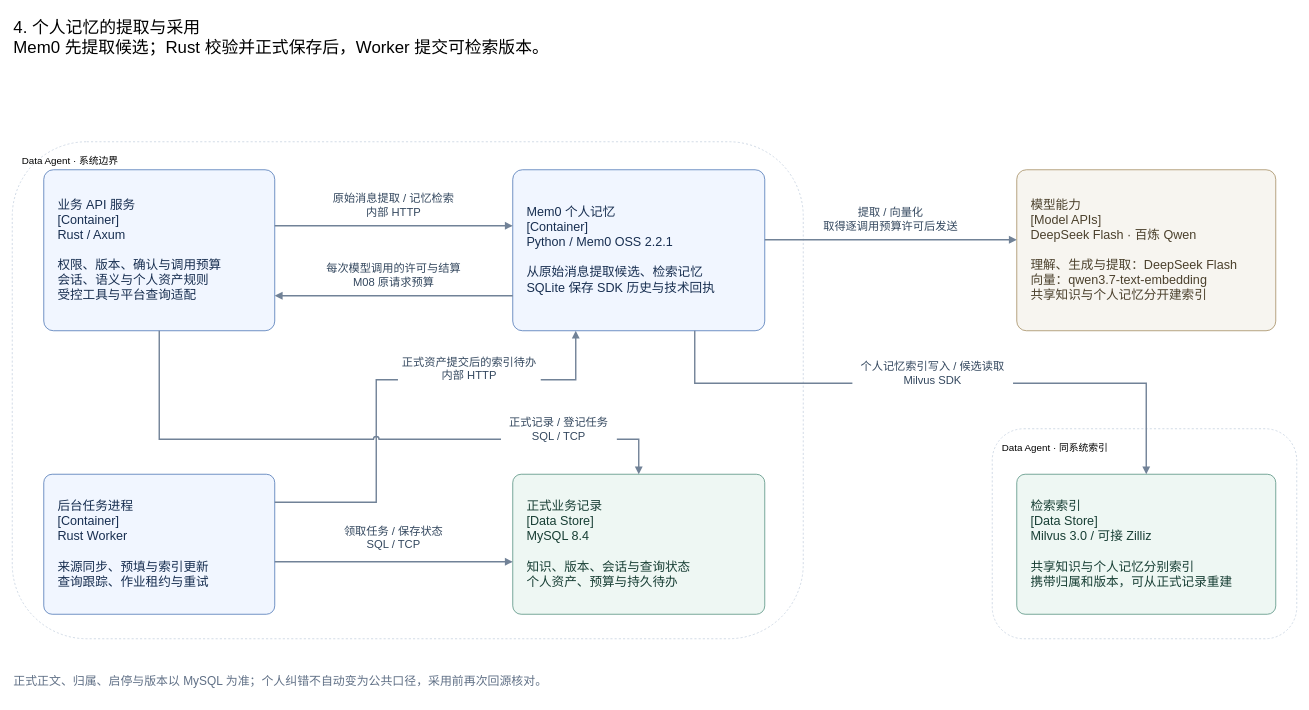
Earlier version of the draw.io diagram page "个人记忆的提取与采用" (4 of 4) of docs/architecture/data-agent-c4-container.drawio (yaoziyaoguai/data_agent). Source tidied: cells renumbered, new cells numbered last; positions are measured from the earlier drawing's top-left corner, leaving out a move shared by most shapes. Both pictures are drawn from the tidied source at 70%, with x=0, y=0 at pixel (12, 12).
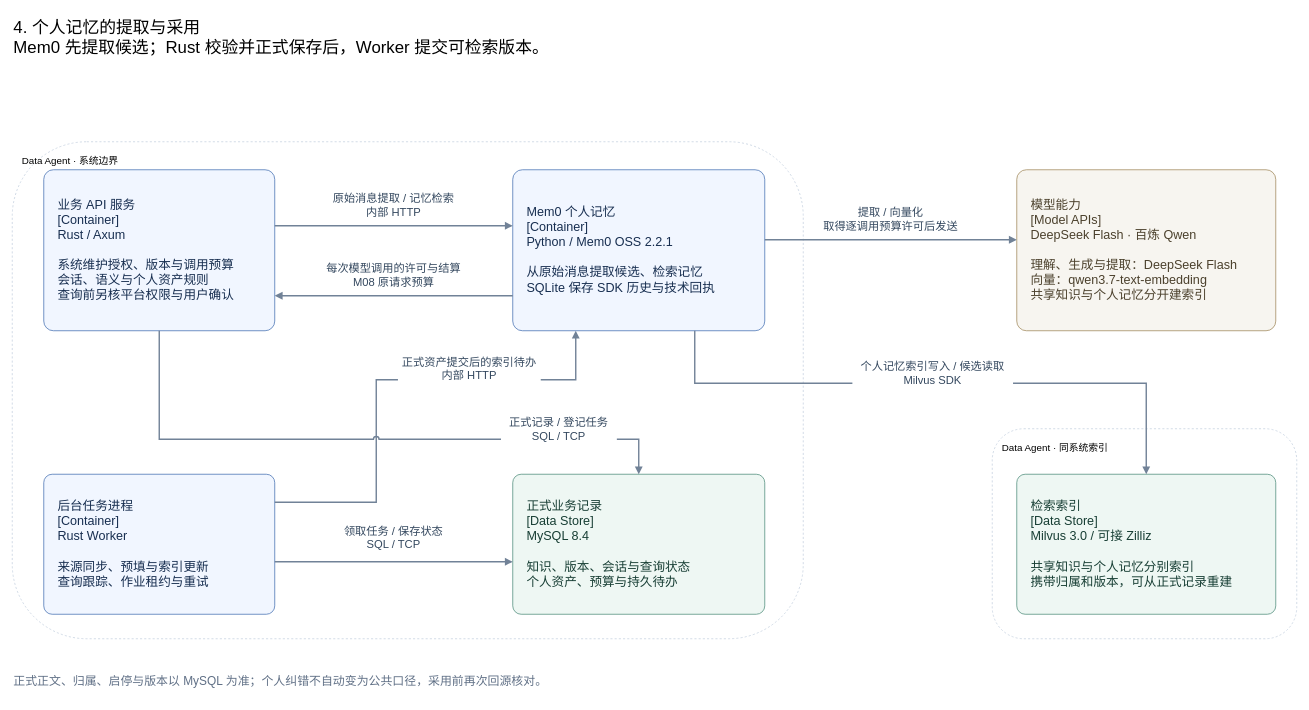
The same diagram, later.

Diff of the diagram source:
```diff
@@
-    <mxCell id="5" value="业务 API 服务&#10;[Container]&#10;Rust / Axum&#10;&#10;权限、版本、确认与调用预算&#10;会话、语义与个人资产规则&#10;受控工具与平台查询适配" style="rounded=1;arcSize=6;whiteSpace=wrap;html=0;fillColor=#f1f6ff;strokeColor=#3866ac;fontColor=#172e50;fontSize=18;fontFamily=PingFang SC;align=left;spacing=20;" parent="1" vertex="1">
+    <mxCell id="5" value="业务 API 服务&#10;[Container]&#10;Rust / Axum&#10;&#10;系统维护授权、版本与调用预算&#10;会话、语义与个人资产规则&#10;查询前另核平台权限与用户确认" style="rounded=1;arcSize=6;whiteSpace=wrap;html=0;fillColor=#f1f6ff;strokeColor=#3866ac;fontColor=#172e50;fontSize=18;fontFamily=PingFang SC;align=left;spacing=20;" parent="1" vertex="1">
       <mxGeometry x="45" y="225" width="330" height="230" as="geometry" />
     </mxCell>
```
